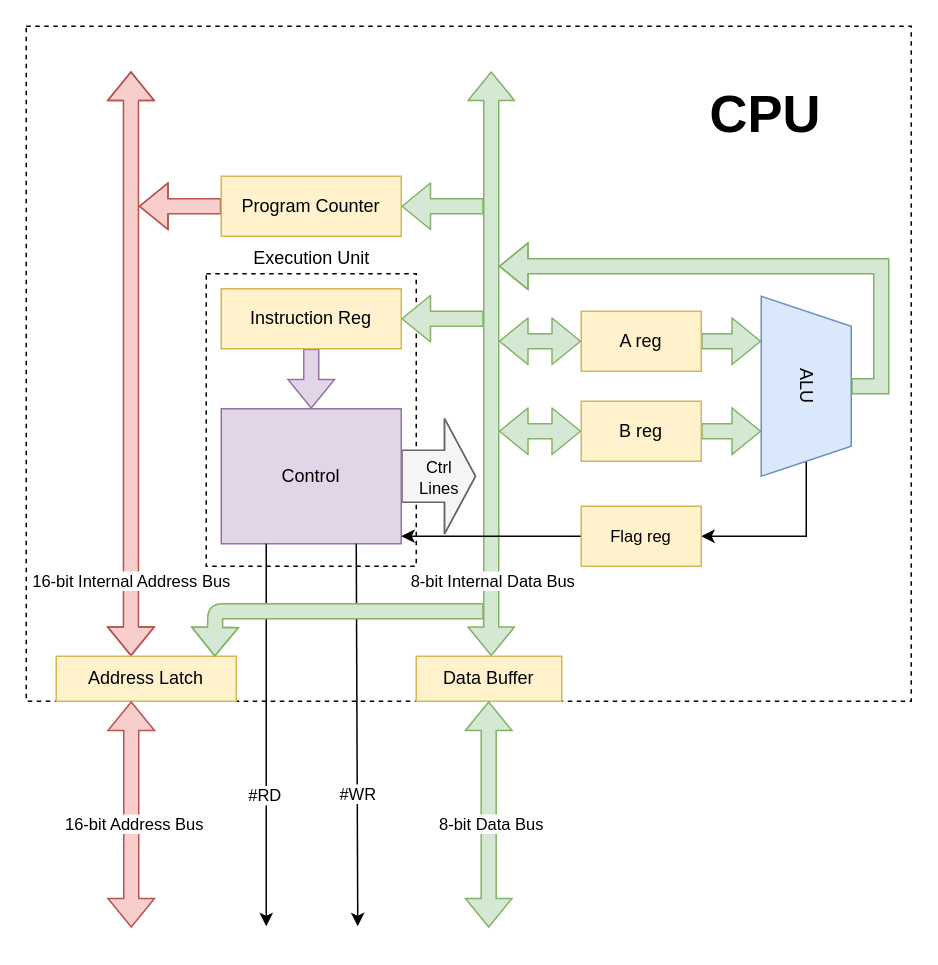
The draw.io diagram page "CPU" (2 of 10) of CPU-1_Documentation/CPU-1_diagram.drawio in MaciejMikulski/CPU-1, before the edit. Source tidied: cells renumbered, new cells numbered last; positions are measured from the earlier drawing's top-left corner, leaving out a move shared by most shapes. Both pictures are drawn from the tidied source at 150%, with x=0, y=0 at pixel (26, 26).
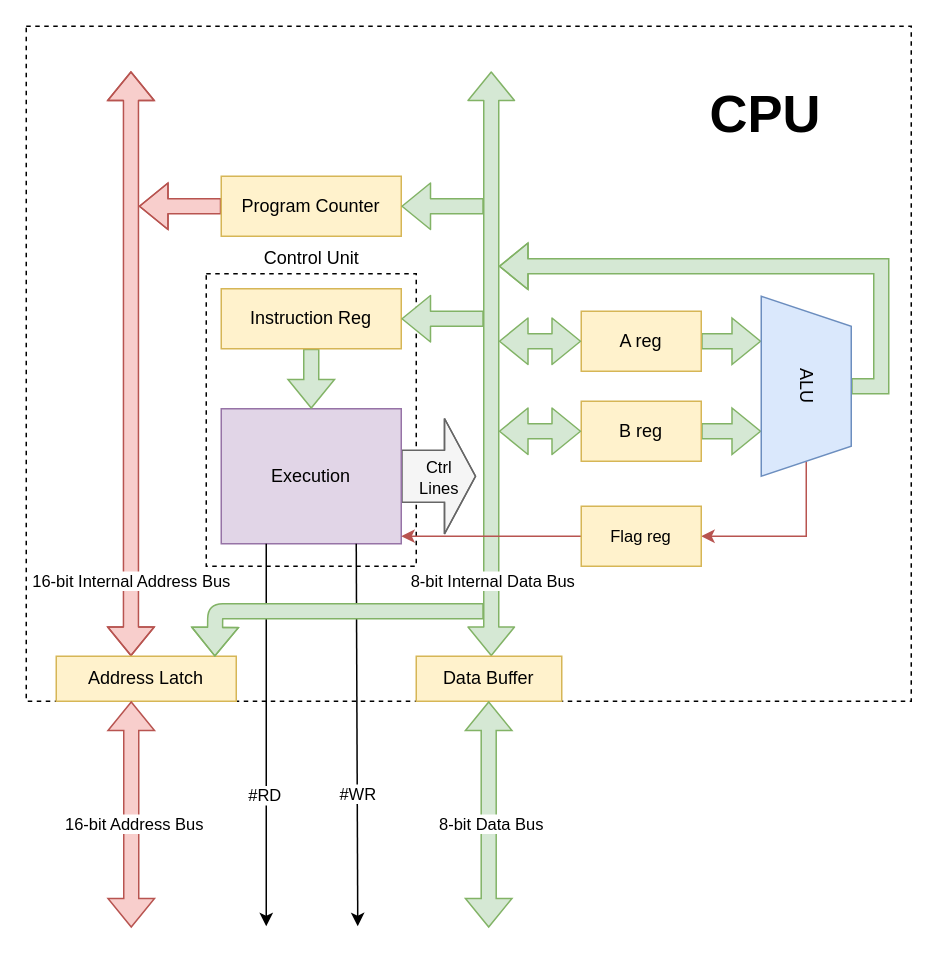
After the change.

The change refers to these unchanged cells:
```xml
<mxCell id="10" value="ALU" style="shape=trapezoid;perimeter=trapezoidPerimeter;whiteSpace=wrap;html=1;fixedSize=1;rotation=90;fillColor=#dae8fc;strokeColor=#6c8ebf;" parent="1" vertex="1">
  <mxGeometry x="460" y="210" width="120" height="60" as="geometry" />
</mxCell>
<mxCell id="19" value="Instruction Reg" style="rounded=0;whiteSpace=wrap;html=1;fillColor=#fff2cc;strokeColor=#d6b656;" parent="1" vertex="1">
  <mxGeometry x="130" y="175" width="120" height="40" as="geometry" />
</mxCell>
<mxCell id="32" value="Flag reg" style="rounded=0;whiteSpace=wrap;html=1;fontSize=11;fillColor=#fff2cc;strokeColor=#d6b656;" parent="1" vertex="1">
  <mxGeometry x="370" y="320" width="80" height="40" as="geometry" />
</mxCell>
```

Diff of the diagram source:
```diff
@@
-    <mxCell id="9" style="edgeStyle=orthogonalEdgeStyle;rounded=0;jettySize=auto;html=1;exitX=1;exitY=0.5;exitDx=0;exitDy=0;entryX=1;entryY=0.5;entryDx=0;entryDy=0;fontSize=11;" parent="1" edge="1" source="10" target="32">
+    <mxCell id="9" style="edgeStyle=orthogonalEdgeStyle;rounded=0;jettySize=auto;html=1;exitX=1;exitY=0.5;exitDx=0;exitDy=0;entryX=1;entryY=0.5;entryDx=0;entryDy=0;fontSize=11;fillColor=#f8cecc;strokeColor=#b85450;" parent="1" edge="1" source="10" target="32">
       <mxGeometry relative="1" as="geometry">
         <Array as="points">
           <mxPoint x="520" y="340" />
         </Array>
       </mxGeometry>
     </mxCell>
@@
-    <mxCell id="13" value="Control" style="rounded=0;whiteSpace=wrap;html=1;fillColor=#e1d5e7;strokeColor=#9673a6;" parent="1" vertex="1">
+    <mxCell id="13" value="Execution" style="rounded=0;whiteSpace=wrap;html=1;fillColor=#e1d5e7;strokeColor=#9673a6;" parent="1" vertex="1">
       <mxGeometry x="130" y="255" width="120" height="90" as="geometry" />
     </mxCell>
@@
-    <mxCell id="18" style="edgeStyle=orthogonalEdgeStyle;shape=flexArrow;rounded=0;jettySize=auto;html=1;exitX=0.5;exitY=1;exitDx=0;exitDy=0;entryX=0.5;entryY=0;entryDx=0;entryDy=0;fillColor=#e1d5e7;strokeColor=#9673a6;" parent="1" edge="1" source="19" target="13">
+    <mxCell id="18" style="edgeStyle=orthogonalEdgeStyle;shape=flexArrow;rounded=0;jettySize=auto;html=1;exitX=0.5;exitY=1;exitDx=0;exitDy=0;entryX=0.5;entryY=0;entryDx=0;entryDy=0;fillColor=#d5e8d4;strokeColor=#82b366;" parent="1" edge="1" source="19" target="13">
       <mxGeometry relative="1" as="geometry" />
     </mxCell>
@@
-    <mxCell id="31" style="edgeStyle=orthogonalEdgeStyle;rounded=0;jettySize=auto;html=1;exitX=0;exitY=0.5;exitDx=0;exitDy=0;entryX=1;entryY=0.944;entryDx=0;entryDy=0;entryPerimeter=0;fontSize=11;" parent="1" edge="1" source="32" target="13">
+    <mxCell id="31" style="edgeStyle=orthogonalEdgeStyle;rounded=0;jettySize=auto;html=1;exitX=0;exitY=0.5;exitDx=0;exitDy=0;entryX=1;entryY=0.944;entryDx=0;entryDy=0;entryPerimeter=0;fontSize=11;fillColor=#f8cecc;strokeColor=#b85450;" parent="1" edge="1" source="32" target="13">
       <mxGeometry relative="1" as="geometry" />
     </mxCell>
@@
-    <mxCell id="33" value="Execution Unit" style="text;html=1;align=center;verticalAlign=middle;strokeColor=none;" parent="1" vertex="1">
-      <mxGeometry x="145" y="145" width="90" height="20" as="geometry" />
+    <mxCell id="33" value="Control Unit" style="text;html=1;align=center;verticalAlign=middle;strokeColor=none;" parent="1" vertex="1">
+      <mxGeometry x="150" y="145" width="80" height="20" as="geometry" />
     </mxCell>
```
